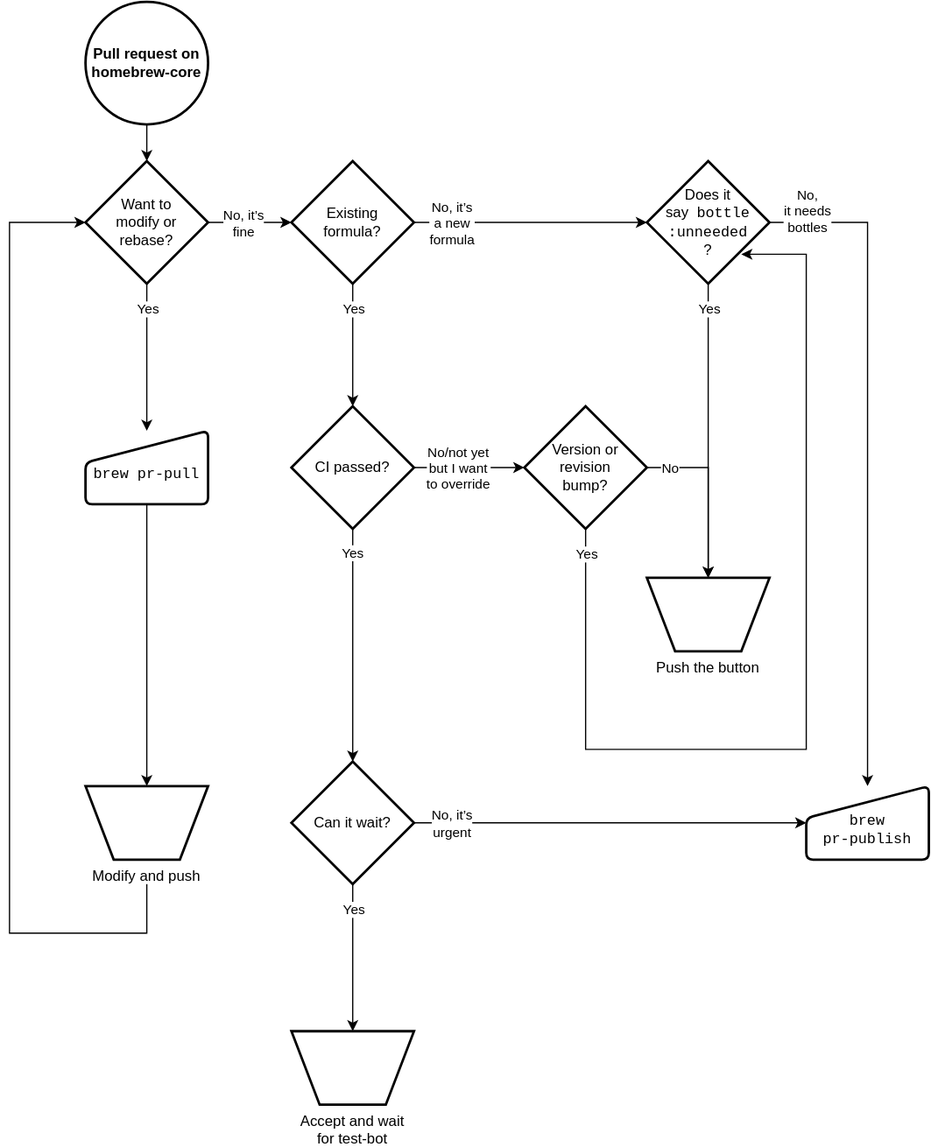
raffermeko/brew keeps this draw.io diagram as docs/assets/img/docs/managing-pull-requests.drawio.svg. Above is the earlier version. Source tidied: cells renumbered, new cells last; positions are measured from the earlier drawing's top-left corner, leaving out a move shared by most shapes.
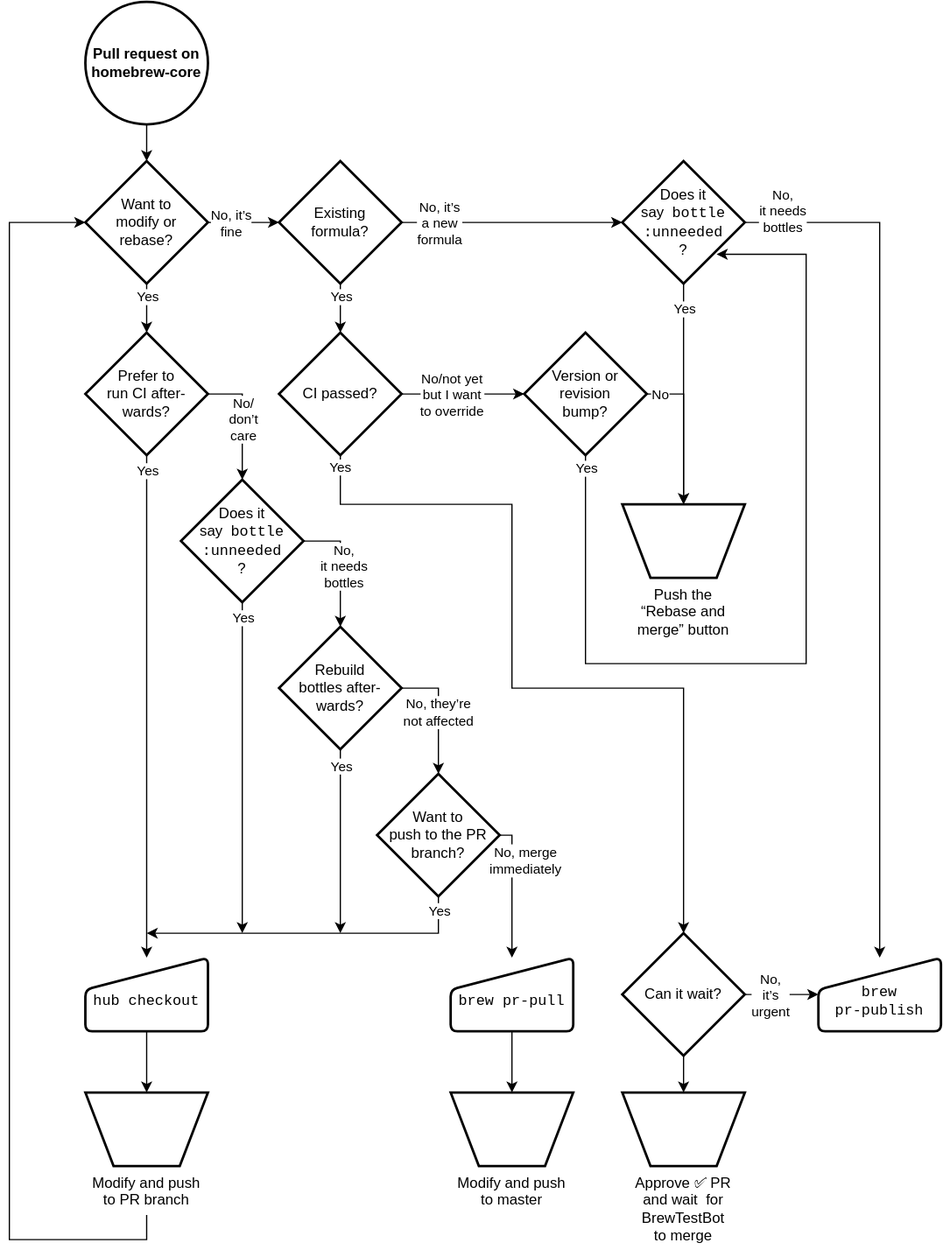
Above is the later version.

Commit message:
Apply suggested changes to diagram and guidelines

What changed in the source:
```diff
@@ -6,6 +6,6 @@
       <mxGeometry relative="1" as="geometry">
-        <mxPoint x="112" y="720" as="sourcePoint" />
+        <mxPoint x="112" y="990" as="sourcePoint" />
         <Array as="points">
-          <mxPoint x="112" y="760" />
-          <mxPoint y="760" />
+          <mxPoint x="112" y="1010" />
+          <mxPoint y="1010" />
           <mxPoint y="180" />
@@ -14,3 +14,3 @@
     </mxCell>
-    <mxCell id="3" style="edgeStyle=orthogonalEdgeStyle;rounded=0;jettySize=auto;html=1;exitX=0.5;exitY=1;exitDx=0;exitDy=0;exitPerimeter=0;entryX=0.5;entryY=0;entryDx=0;entryDy=0;" parent="1" edge="1" source="7" target="9">
+    <mxCell id="3" style="edgeStyle=orthogonalEdgeStyle;rounded=0;jettySize=auto;html=1;exitX=0.5;exitY=1;exitDx=0;exitDy=0;exitPerimeter=0;entryX=0.5;entryY=0;entryDx=0;entryDy=0;entryPerimeter=0;" parent="1" edge="1" source="7" target="44">
       <mxGeometry relative="1" as="geometry" />
@@ -19,3 +19,3 @@
       <mxGeometry x="-0.18" y="-2" relative="1" as="geometry">
-        <mxPoint x="2" y="-29" as="offset" />
+        <mxPoint x="2" y="-6" as="offset" />
       </mxGeometry>
@@ -27,3 +27,3 @@
       <mxGeometry x="-0.28" y="-4" relative="1" as="geometry">
-        <mxPoint x="4" y="-4" as="offset" />
+        <mxPoint x="-3" y="-4" as="offset" />
       </mxGeometry>
@@ -36,7 +36,7 @@
     </mxCell>
-    <mxCell id="9" value="&lt;p style=&quot;line-height: 120%&quot;&gt;brew pr-pull&lt;/p&gt;" style="html=1;strokeWidth=2;shape=manualInput;whiteSpace=wrap;rounded=1;size=26;arcSize=11;fontFamily=system-ui-monospace,ui-monospace,Lucida Console,Menlo,monospace;spacing=2;spacingTop=12;" parent="1" vertex="1">
-      <mxGeometry x="62" y="350" width="100" height="60" as="geometry" />
+    <mxCell id="9" value="&lt;p style=&quot;line-height: 120%&quot;&gt;hub checkout&lt;/p&gt;" style="html=1;strokeWidth=2;shape=manualInput;whiteSpace=wrap;rounded=1;size=26;arcSize=11;fontFamily=system-ui-monospace,ui-monospace,Lucida Console,Menlo,monospace;spacing=2;spacingTop=12;" parent="1" vertex="1">
+      <mxGeometry x="62" y="780" width="100" height="60" as="geometry" />
     </mxCell>
-    <mxCell id="10" value="Modify and push" style="verticalLabelPosition=bottom;verticalAlign=top;shape=trapezoid;perimeter=trapezoidPerimeter;size=0.23;arcSize=10;flipV=1;labelBackgroundColor=none;html=1;labelPosition=center;align=center;whiteSpace=wrap;horizontal=1;labelBorderColor=none;noLabel=0;labelPadding=0;backgroundOutline=0;strokeWidth=2;perimeterSpacing=0;" parent="1" vertex="1">
-      <mxGeometry x="62" y="640" width="100" height="60" as="geometry" />
+    <mxCell id="10" value="Modify and push&lt;br&gt;to PR branch" style="verticalLabelPosition=bottom;verticalAlign=top;shape=trapezoid;perimeter=trapezoidPerimeter;size=0.23;arcSize=10;flipV=1;labelBackgroundColor=none;html=1;labelPosition=center;align=center;whiteSpace=wrap;horizontal=1;labelBorderColor=none;noLabel=0;labelPadding=0;backgroundOutline=0;strokeWidth=2;perimeterSpacing=0;" parent="1" vertex="1">
+      <mxGeometry x="62" y="890" width="100" height="60" as="geometry" />
     </mxCell>
@@ -51,3 +51,3 @@
         <Array as="points">
-          <mxPoint x="700" y="180" />
+          <mxPoint x="710" y="180" />
         </Array>
@@ -57,10 +57,10 @@
       <mxGeometry x="-0.33" y="-1" relative="1" as="geometry">
-        <mxPoint x="-49" y="-112" as="offset" />
+        <mxPoint x="-79" y="-140" as="offset" />
       </mxGeometry>
     </mxCell>
-    <mxCell id="15" style="edgeStyle=orthogonalEdgeStyle;rounded=0;jettySize=auto;html=1;entryX=0.5;entryY=0;entryDx=0;entryDy=0;" parent="1" edge="1" source="17" target="39">
+    <mxCell id="15" style="edgeStyle=orthogonalEdgeStyle;rounded=0;jettySize=auto;html=1;entryX=0.5;entryY=0;entryDx=0;entryDy=0;exitX=0.5;exitY=1;exitDx=0;exitDy=0;exitPerimeter=0;" parent="1" edge="1" source="17" target="39">
       <mxGeometry relative="1" as="geometry">
         <Array as="points">
-          <mxPoint x="570" y="340" />
-          <mxPoint x="570" y="340" />
+          <mxPoint x="550" y="340" />
+          <mxPoint x="550" y="340" />
         </Array>
@@ -70,3 +70,3 @@
       <mxGeometry y="1" relative="1" as="geometry">
-        <mxPoint x="-1" y="-100" as="offset" />
+        <mxPoint x="-1" y="-70" as="offset" />
       </mxGeometry>
@@ -74,6 +74,13 @@
     <mxCell id="17" value="Does it&lt;br&gt;say&amp;nbsp;&lt;span style=&quot;font-family: &amp;quot;system-ui-monospace&amp;quot;,&amp;quot;ui-monospace&amp;quot;,&amp;quot;Lucida Console&amp;quot;,Menlo,monospace;&quot;&gt;bottle&lt;br&gt;:unneeded&lt;/span&gt;&lt;br&gt;?" style="strokeWidth=2;html=1;shape=mxgraph.flowchart.decision;whiteSpace=wrap;" parent="1" vertex="1">
-      <mxGeometry x="520" y="130" width="100" height="100" as="geometry" />
+      <mxGeometry x="500" y="130" width="100" height="100" as="geometry" />
     </mxCell>
-    <mxCell id="18" value="Yes" style="edgeStyle=orthogonalEdgeStyle;rounded=0;jettySize=auto;html=1;entryX=0.5;entryY=0;entryDx=0;entryDy=0;entryPerimeter=0;" parent="1" edge="1" source="21" target="36">
-      <mxGeometry x="-0.79" relative="1" as="geometry" />
+    <mxCell id="18" value="Yes" style="edgeStyle=orthogonalEdgeStyle;rounded=0;jettySize=auto;html=1;entryX=0.5;entryY=0;entryDx=0;entryDy=0;entryPerimeter=0;exitX=0.5;exitY=1;exitDx=0;exitDy=0;exitPerimeter=0;" parent="1" edge="1" source="21" target="36">
+      <mxGeometry x="-0.97" relative="1" as="geometry">
+        <Array as="points">
+          <mxPoint x="270" y="410" />
+          <mxPoint x="410" y="410" />
+          <mxPoint x="410" y="560" />
+          <mxPoint x="550" y="560" />
+        </Array>
+      </mxGeometry>
     </mxCell>
@@ -88,3 +95,3 @@
     <mxCell id="21" value="CI passed?" style="strokeWidth=2;html=1;shape=mxgraph.flowchart.decision;whiteSpace=wrap;" parent="1" vertex="1">
-      <mxGeometry x="230" y="330" width="100" height="100" as="geometry" />
+      <mxGeometry x="220" y="270" width="100" height="100" as="geometry" />
     </mxCell>
@@ -93,4 +100,4 @@
         <Array as="points">
-          <mxPoint x="470" y="610" />
-          <mxPoint x="650" y="610" />
+          <mxPoint x="470" y="540" />
+          <mxPoint x="650" y="540" />
           <mxPoint x="650" y="206" />
@@ -101,3 +108,3 @@
       <mxGeometry x="-0.94" y="-1" relative="1" as="geometry">
-        <mxPoint x="1" y="-3" as="offset" />
+        <mxPoint x="1" y="-12" as="offset" />
       </mxGeometry>
@@ -109,3 +116,3 @@
       <mxGeometry x="-0.84" y="-1" relative="1" as="geometry">
-        <mxPoint x="7" y="-1" as="offset" />
+        <mxPoint y="-1" as="offset" />
       </mxGeometry>
@@ -113,3 +120,3 @@
     <mxCell id="26" value="Version or&lt;br&gt;revision&lt;br&gt;bump?" style="strokeWidth=2;html=1;shape=mxgraph.flowchart.decision;whiteSpace=wrap;" parent="1" vertex="1">
-      <mxGeometry x="420" y="330" width="100" height="100" as="geometry" />
+      <mxGeometry x="420" y="270" width="100" height="100" as="geometry" />
     </mxCell>
@@ -120,3 +127,3 @@
       <mxGeometry x="-0.07" y="-3" relative="1" as="geometry">
-        <mxPoint x="-58" y="-3" as="offset" />
+        <mxPoint x="-53" y="-3" as="offset" />
       </mxGeometry>
@@ -128,3 +135,3 @@
       <mxGeometry x="0.04" y="-1" relative="1" as="geometry">
-        <mxPoint x="1" y="-32" as="offset" />
+        <mxPoint x="1" y="-11" as="offset" />
       </mxGeometry>
@@ -132,9 +139,8 @@
     <mxCell id="31" value="Existing&lt;br&gt;formula?" style="strokeWidth=2;html=1;shape=mxgraph.flowchart.decision;whiteSpace=wrap;" parent="1" vertex="1">
-      <mxGeometry x="230" y="130" width="100" height="100" as="geometry" />
+      <mxGeometry x="220" y="130" width="100" height="100" as="geometry" />
     </mxCell>
     <mxCell id="32" value="Yes" style="edgeStyle=orthogonalEdgeStyle;rounded=0;jettySize=auto;html=1;exitX=0.5;exitY=1;exitDx=0;exitDy=0;exitPerimeter=0;entryX=0.5;entryY=0;entryDx=0;entryDy=0;" parent="1" edge="1" source="36" target="37">
-      <mxGeometry x="-0.56" relative="1" as="geometry">
+      <mxGeometry x="0.11" relative="1" as="geometry">
         <Array as="points">
-          <mxPoint x="280" y="660" />
-          <mxPoint x="280" y="660" />
+          <mxPoint x="550" y="820" />
         </Array>
@@ -142,7 +148,2 @@
     </mxCell>
-    <mxCell id="33" value="Yes" style="edgeLabel;html=1;align=center;verticalAlign=middle;" parent="32" vertex="1">
-      <mxGeometry x="0.72" y="2" relative="1" as="geometry">
-        <mxPoint x="-2" y="-66" as="offset" />
-      </mxGeometry>
-    </mxCell>
     <mxCell id="34" style="edgeStyle=orthogonalEdgeStyle;rounded=0;jettySize=auto;html=1;entryX=0;entryY=0.5;entryDx=0;entryDy=0;exitX=1;exitY=0.5;exitDx=0;exitDy=0;exitPerimeter=0;" parent="1" edge="1" source="36" target="38">
@@ -150,5 +151,5 @@
     </mxCell>
-    <mxCell id="35" value="No, it’s&lt;br&gt;urgent" style="edgeLabel;html=1;align=center;verticalAlign=middle;" parent="34" vertex="1">
+    <mxCell id="35" value="No,&lt;br&gt;it’s&lt;br&gt;urgent" style="edgeLabel;html=1;align=center;verticalAlign=middle;" parent="34" vertex="1">
       <mxGeometry x="0.73" y="-136" relative="1" as="geometry">
-        <mxPoint x="-246" y="-136" as="offset" />
+        <mxPoint x="-32" y="-136" as="offset" />
       </mxGeometry>
@@ -156,13 +157,119 @@
     <mxCell id="36" value="Can it wait?" style="strokeWidth=2;html=1;shape=mxgraph.flowchart.decision;whiteSpace=wrap;" parent="1" vertex="1">
-      <mxGeometry x="230" y="620" width="100" height="100" as="geometry" />
+      <mxGeometry x="500" y="760" width="100" height="100" as="geometry" />
     </mxCell>
-    <mxCell id="37" value="Accept and wait for test-bot" style="verticalLabelPosition=bottom;verticalAlign=top;html=1;shape=trapezoid;perimeter=trapezoidPerimeter;whiteSpace=wrap;size=0.23;arcSize=10;flipV=1;strokeWidth=2;" parent="1" vertex="1">
-      <mxGeometry x="230" y="840" width="100" height="60" as="geometry" />
+    <mxCell id="37" value="&lt;div&gt;Approve ✅ PR and wait&amp;nbsp;&lt;span&gt;for BrewTestBot&lt;/span&gt;&lt;/div&gt;&lt;div&gt;&lt;span&gt;to merge&lt;/span&gt;&lt;/div&gt;" style="verticalLabelPosition=bottom;verticalAlign=top;html=1;shape=trapezoid;perimeter=trapezoidPerimeter;whiteSpace=wrap;size=0.23;arcSize=10;flipV=1;strokeWidth=2;" parent="1" vertex="1">
+      <mxGeometry x="500" y="890" width="100" height="60" as="geometry" />
     </mxCell>
     <mxCell id="38" value="&lt;p&gt;brew&lt;br&gt;pr-publish&lt;/p&gt;" style="html=1;strokeWidth=2;shape=manualInput;whiteSpace=wrap;rounded=1;size=26;arcSize=11;fontFamily=system-ui-monospace,ui-monospace,Lucida Console,Menlo,monospace;spacingTop=12;" parent="1" vertex="1">
-      <mxGeometry x="650" y="640" width="100" height="60" as="geometry" />
+      <mxGeometry x="660" y="780" width="100" height="60" as="geometry" />
     </mxCell>
-    <mxCell id="39" value="Push the button" style="verticalLabelPosition=bottom;verticalAlign=top;html=1;shape=trapezoid;perimeter=trapezoidPerimeter;whiteSpace=wrap;size=0.23;arcSize=10;flipV=1;shadow=0;perimeterSpacing=0;strokeWidth=2;" parent="1" vertex="1">
-      <mxGeometry x="520" y="470" width="100" height="60" as="geometry" />
+    <mxCell id="39" value="Push the&lt;br&gt;“Rebase and merge”&amp;nbsp;button" style="verticalLabelPosition=bottom;verticalAlign=top;html=1;shape=trapezoid;perimeter=trapezoidPerimeter;whiteSpace=wrap;size=0.23;arcSize=10;flipV=1;shadow=0;perimeterSpacing=0;strokeWidth=2;labelPadding=0;overflow=visible;movableLabel=0;" parent="1" vertex="1">
+      <mxGeometry x="500" y="410" width="100" height="60" as="geometry" />
     </mxCell>
+    <mxCell id="40" style="edgeStyle=orthogonalEdgeStyle;rounded=0;jettySize=auto;html=1;entryX=0.5;entryY=0;entryDx=0;entryDy=0;" parent="1" edge="1" source="44" target="9">
+      <mxGeometry relative="1" as="geometry" />
+    </mxCell>
+    <mxCell id="41" value="Yes" style="edgeLabel;html=1;align=center;verticalAlign=middle;" parent="40" vertex="1">
+      <mxGeometry x="-0.83" relative="1" as="geometry">
+        <mxPoint y="-23" as="offset" />
+      </mxGeometry>
+    </mxCell>
+    <mxCell id="42" style="edgeStyle=orthogonalEdgeStyle;rounded=0;jettySize=auto;html=1;exitX=1;exitY=0.5;exitDx=0;exitDy=0;exitPerimeter=0;entryX=0.5;entryY=0;entryDx=0;entryDy=0;entryPerimeter=0;" parent="1" edge="1" source="44" target="47">
+      <mxGeometry relative="1" as="geometry">
+        <Array as="points">
+          <mxPoint x="190" y="320" />
+        </Array>
+      </mxGeometry>
+    </mxCell>
+    <mxCell id="43" value="No/&lt;br&gt;don’t&lt;br&gt;care" style="edgeLabel;html=1;align=center;verticalAlign=middle;" parent="42" vertex="1">
+      <mxGeometry x="-0.33" y="-1" relative="1" as="geometry">
+        <mxPoint x="1" y="15" as="offset" />
+      </mxGeometry>
+    </mxCell>
+    <mxCell id="44" value="Prefer to&lt;br&gt;run CI after-&lt;br&gt;wards?" style="strokeWidth=2;html=1;shape=mxgraph.flowchart.decision;whiteSpace=wrap;" parent="1" vertex="1">
+      <mxGeometry x="62" y="270" width="100" height="100" as="geometry" />
+    </mxCell>
+    <mxCell id="45" style="edgeStyle=orthogonalEdgeStyle;rounded=0;jettySize=auto;html=1;exitX=0.5;exitY=1;exitDx=0;exitDy=0;exitPerimeter=0;" parent="1" edge="1" source="47">
+      <mxGeometry relative="1" as="geometry">
+        <mxPoint x="190" y="760" as="targetPoint" />
+      </mxGeometry>
+    </mxCell>
+    <mxCell id="46" value="Yes" style="edgeLabel;html=1;align=center;verticalAlign=middle;" parent="45" vertex="1">
+      <mxGeometry x="-0.82" y="-1" relative="1" as="geometry">
+        <mxPoint x="1" y="-12" as="offset" />
+      </mxGeometry>
+    </mxCell>
+    <mxCell id="47" value="Does it&lt;br&gt;say&amp;nbsp;&lt;span style=&quot;font-family: &amp;quot;system-ui-monospace&amp;quot;,&amp;quot;ui-monospace&amp;quot;,&amp;quot;Lucida Console&amp;quot;,Menlo,monospace;&quot;&gt;bottle&lt;br&gt;:unneeded&lt;/span&gt;&lt;br&gt;?" style="strokeWidth=2;html=1;shape=mxgraph.flowchart.decision;whiteSpace=wrap;" parent="1" vertex="1">
+      <mxGeometry x="140" y="390" width="100" height="100" as="geometry" />
+    </mxCell>
+    <mxCell id="48" style="edgeStyle=orthogonalEdgeStyle;rounded=0;jettySize=auto;html=1;entryX=0.5;entryY=0;entryDx=0;entryDy=0;entryPerimeter=0;exitX=1;exitY=0.5;exitDx=0;exitDy=0;exitPerimeter=0;" parent="1" edge="1" source="47" target="52">
+      <mxGeometry relative="1" as="geometry">
+        <Array as="points">
+          <mxPoint x="270" y="440" />
+        </Array>
+      </mxGeometry>
+    </mxCell>
+    <mxCell id="49" value="No,&lt;br&gt;it needs&lt;br&gt;bottles" style="edgeLabel;html=1;align=center;verticalAlign=middle;" parent="48" vertex="1">
+      <mxGeometry x="-0.41" relative="1" as="geometry">
+        <mxPoint x="2" y="20" as="offset" />
+      </mxGeometry>
+    </mxCell>
+    <mxCell id="50" style="edgeStyle=orthogonalEdgeStyle;rounded=0;jettySize=auto;html=1;exitX=0.5;exitY=1;exitDx=0;exitDy=0;exitPerimeter=0;" parent="1" edge="1" source="52">
+      <mxGeometry relative="1" as="geometry">
+        <mxPoint x="270" y="760" as="targetPoint" />
+      </mxGeometry>
+    </mxCell>
+    <mxCell id="51" value="Yes" style="edgeLabel;html=1;align=center;verticalAlign=middle;" parent="50" vertex="1">
+      <mxGeometry x="-0.72" relative="1" as="geometry">
+        <mxPoint y="-8" as="offset" />
+      </mxGeometry>
+    </mxCell>
+    <mxCell id="52" value="Rebuild&lt;br&gt;bottles after-&lt;br&gt;wards?" style="strokeWidth=2;html=1;shape=mxgraph.flowchart.decision;whiteSpace=wrap;" parent="1" vertex="1">
+      <mxGeometry x="220" y="510" width="100" height="100" as="geometry" />
+    </mxCell>
+    <mxCell id="53" value="No, they’re&lt;br&gt;not affected" style="edgeStyle=orthogonalEdgeStyle;rounded=0;jettySize=auto;html=1;entryX=0.5;entryY=0;entryDx=0;entryDy=0;entryPerimeter=0;exitX=1;exitY=0.5;exitDx=0;exitDy=0;exitPerimeter=0;" parent="1" edge="1" source="52" target="58">
+      <mxGeometry relative="1" as="geometry">
+        <Array as="points">
+          <mxPoint x="350" y="560" />
+        </Array>
+      </mxGeometry>
+    </mxCell>
+    <mxCell id="54" style="edgeStyle=orthogonalEdgeStyle;rounded=0;jettySize=auto;html=1;exitX=0.5;exitY=1;exitDx=0;exitDy=0;exitPerimeter=0;" parent="1" edge="1" source="58">
+      <mxGeometry relative="1" as="geometry">
+        <mxPoint x="112" y="760" as="targetPoint" />
+        <Array as="points">
+          <mxPoint x="350" y="760" />
+          <mxPoint x="112" y="760" />
+        </Array>
+      </mxGeometry>
+    </mxCell>
+    <mxCell id="55" value="Yes" style="edgeLabel;html=1;align=center;verticalAlign=middle;" parent="54" vertex="1">
+      <mxGeometry x="-0.88" y="1" relative="1" as="geometry">
+        <mxPoint x="-1" y="-6" as="offset" />
+      </mxGeometry>
+    </mxCell>
+    <mxCell id="56" style="edgeStyle=orthogonalEdgeStyle;rounded=0;jettySize=auto;html=1;exitX=1;exitY=0.5;exitDx=0;exitDy=0;exitPerimeter=0;entryX=0.5;entryY=0;entryDx=0;entryDy=0;" parent="1" edge="1" source="58" target="60">
+      <mxGeometry relative="1" as="geometry">
+        <Array as="points">
+          <mxPoint x="410" y="680" />
+        </Array>
+      </mxGeometry>
+    </mxCell>
+    <mxCell id="57" value="No, merge&lt;br&gt;immediately" style="edgeLabel;html=1;align=center;verticalAlign=middle;" parent="56" vertex="1">
+      <mxGeometry x="-0.38" y="2" relative="1" as="geometry">
+        <mxPoint x="8" y="-4" as="offset" />
+      </mxGeometry>
+    </mxCell>
+    <mxCell id="58" value="Want to&lt;br&gt;push to the PR&lt;br&gt;branch?" style="strokeWidth=2;html=1;shape=mxgraph.flowchart.decision;whiteSpace=wrap;" parent="1" vertex="1">
+      <mxGeometry x="300" y="630" width="100" height="100" as="geometry" />
+    </mxCell>
+    <mxCell id="59" style="edgeStyle=orthogonalEdgeStyle;rounded=0;jettySize=auto;html=1;exitX=0.5;exitY=1;exitDx=0;exitDy=0;entryX=0.5;entryY=0;entryDx=0;entryDy=0;" parent="1" edge="1" source="60" target="61">
+      <mxGeometry relative="1" as="geometry" />
+    </mxCell>
+    <mxCell id="60" value="&lt;p style=&quot;line-height: 120%&quot;&gt;brew pr-pull&lt;/p&gt;" style="html=1;strokeWidth=2;shape=manualInput;whiteSpace=wrap;rounded=1;size=26;arcSize=11;fontFamily=system-ui-monospace,ui-monospace,Lucida Console,Menlo,monospace;spacing=2;spacingTop=12;" parent="1" vertex="1">
+      <mxGeometry x="360" y="780" width="100" height="60" as="geometry" />
+    </mxCell>
+    <mxCell id="61" value="Modify and push&lt;br&gt;to master" style="verticalLabelPosition=bottom;verticalAlign=top;shape=trapezoid;perimeter=trapezoidPerimeter;size=0.23;arcSize=10;flipV=1;labelBackgroundColor=none;html=1;labelPosition=center;align=center;whiteSpace=wrap;horizontal=1;labelBorderColor=none;noLabel=0;labelPadding=0;backgroundOutline=0;strokeWidth=2;perimeterSpacing=0;" parent="1" vertex="1">
+      <mxGeometry x="360" y="890" width="100" height="60" as="geometry" />
+    </mxCell>
   </root>
```
